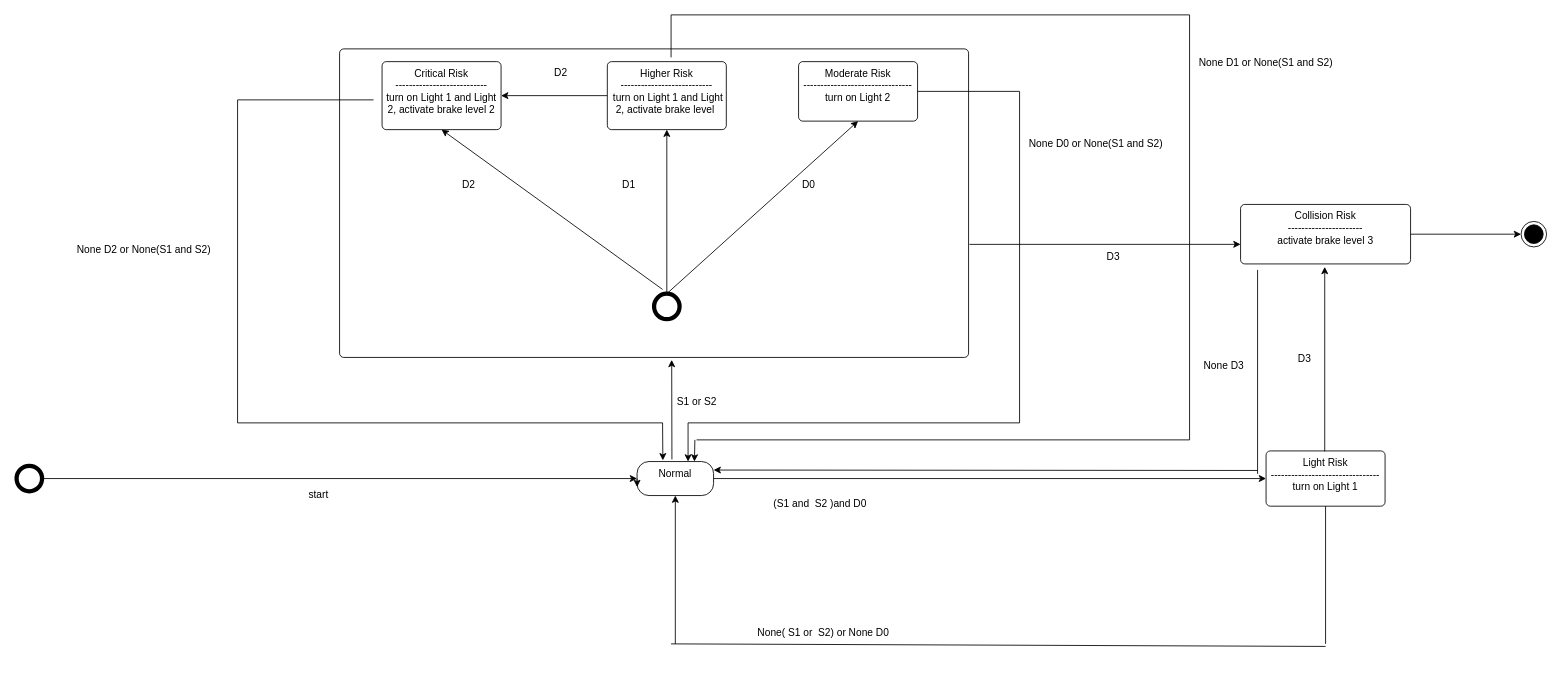
Earlier version of the draw.io diagram addd_statemachine.drawio (XingxingLiao/TEST). Source tidied: cells renumbered, new cells numbered last; positions are measured from the earlier drawing's top-left corner, leaving out a move shared by most shapes. Both pictures are drawn from the tidied source at 85%, with x=0, y=0 at pixel (16, 14).
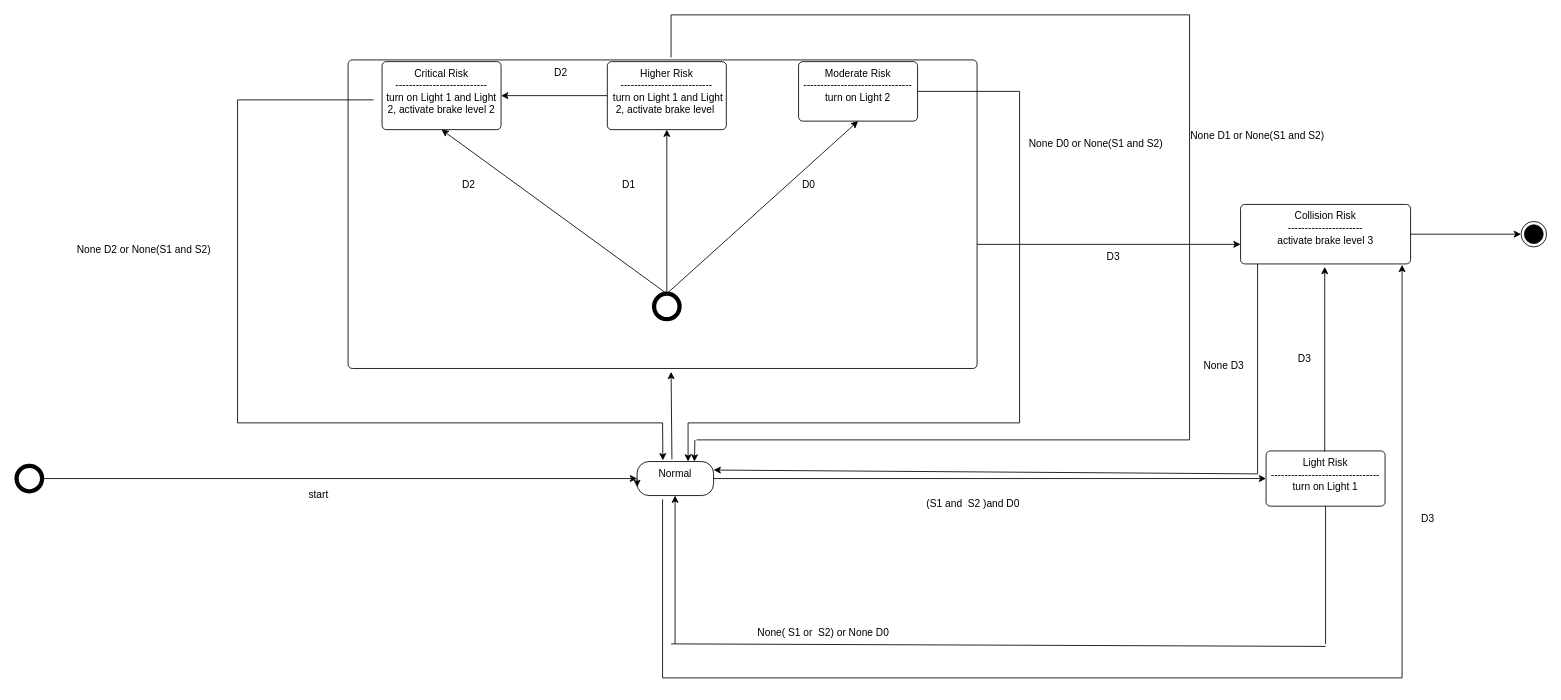
Above is the later version.

The change refers to these unchanged cells:
```xml
<mxCell id="6" value="Normal" style="html=1;align=center;verticalAlign=top;rounded=1;absoluteArcSize=1;arcSize=28;dashed=0;whiteSpace=wrap;" parent="1" vertex="1">
  <mxGeometry x="730" y="525.5" width="90" height="40" as="geometry" />
</mxCell>
<mxCell id="21" value="Critical Risk&lt;div&gt;---------------------------&lt;/div&gt;&lt;div&gt;turn on Light 1 and Light 2, activate brake level 2&lt;/div&gt;" style="html=1;align=center;verticalAlign=top;rounded=1;absoluteArcSize=1;arcSize=10;dashed=0;whiteSpace=wrap;strokeColor=default;fontFamily=Helvetica;fontSize=12;fontColor=default;fillColor=default;" parent="1" vertex="1">
  <mxGeometry x="430" y="55" width="140" height="80" as="geometry" />
</mxCell>
<mxCell id="31" style="shape=ellipse;html=1;dashed=0;whiteSpace=wrap;strokeWidth=5;perimeter=ellipsePerimeter;" parent="1" vertex="1">
  <mxGeometry x="750" y="328" width="30" height="30" as="geometry" />
</mxCell>
```

The edit, as a diff of the source:
```diff
@@
     <mxCell id="7" value="(S1 and&amp;nbsp; S2 )and D0" style="text;html=1;align=center;verticalAlign=middle;strokeColor=none;fillColor=none;fontFamily=Helvetica;fontSize=12;fontColor=default;" parent="1" vertex="1">
-      <mxGeometry x="880" y="560.5" width="130" height="30" as="geometry" />
+      <mxGeometry x="1060" y="560.5" width="130" height="30" as="geometry" />
     </mxCell>
@@
-    <mxCell id="11" style="endArrow=classic;html=1;rounded=0;fontFamily=Helvetica;fontSize=12;fontColor=default;entryX=0.5;entryY=1;entryDx=0;entryDy=0;" parent="1" edge="1" target="6">
+    <mxCell id="11" style="endArrow=classic;html=1;rounded=0;fontFamily=Helvetica;fontSize=12;fontColor=default;entryX=0.5;entryY=1;entryDx=0;entryDy=0;" parent="1" edge="1">
       <mxGeometry relative="1" as="geometry">
-        <mxPoint x="775" y="740" as="sourcePoint" />
+        <mxPoint x="774.7" y="740" as="sourcePoint" />
+        <mxPoint x="774.7" y="565.5" as="targetPoint" />
       </mxGeometry>
     </mxCell>
@@
     <mxCell id="17" style="html=1;align=center;verticalAlign=top;rounded=1;absoluteArcSize=1;arcSize=10;dashed=0;whiteSpace=wrap;strokeColor=default;fontFamily=Helvetica;fontSize=12;fontColor=default;fillColor=default;" parent="1" vertex="1">
-      <mxGeometry x="380" y="40" width="740" height="363" as="geometry" />
+      <mxGeometry x="390" y="53" width="740" height="363" as="geometry" />
     </mxCell>
@@
-    <mxCell id="26" style="endArrow=classic;html=1;rounded=0;fontFamily=Helvetica;fontSize=12;fontColor=default;entryX=0.5;entryY=1;entryDx=0;entryDy=0;" parent="1" edge="1" target="21">
-      <mxGeometry relative="1" as="geometry">
-        <mxPoint x="760" y="323" as="sourcePoint" />
-      </mxGeometry>
+    <mxCell id="26" style="endArrow=classic;html=1;rounded=0;fontFamily=Helvetica;fontSize=12;fontColor=default;entryX=0.5;entryY=1;entryDx=0;entryDy=0;exitX=0.5;exitY=0;exitDx=0;exitDy=0;" parent="1" edge="1" source="31" target="21">
+      <mxGeometry relative="1" as="geometry" />
     </mxCell>
@@
-    <mxCell id="32" style="endArrow=classic;html=1;rounded=0;fontFamily=Helvetica;fontSize=12;fontColor=default;entryX=0.528;entryY=1.008;entryDx=0;entryDy=0;entryPerimeter=0;" parent="1" edge="1" target="17">
+    <mxCell id="32" style="endArrow=classic;html=1;rounded=0;fontFamily=Helvetica;fontSize=12;fontColor=default;" parent="1" edge="1">
       <mxGeometry relative="1" as="geometry">
         <mxPoint x="771" y="523" as="sourcePoint" />
+        <mxPoint x="770" y="420" as="targetPoint" />
       </mxGeometry>
     </mxCell>
-    <mxCell id="33" value="S1 or S2" style="text;html=1;align=center;verticalAlign=middle;points=[];strokeColor=none;fillColor=none;fontFamily=Helvetica;fontSize=12;fontColor=default;" parent="1" vertex="1">
-      <mxGeometry x="765" y="440" width="70" height="30" as="geometry" />
-    </mxCell>
@@
-    <mxCell id="41" style="endArrow=none;html=1;rounded=0;fontFamily=Helvetica;fontSize=12;fontColor=default;exitX=0.357;exitY=1.333;exitDx=0;exitDy=0;exitPerimeter=0;" parent="1" edge="1" source="33">
+    <mxCell id="41" style="endArrow=none;html=1;rounded=0;fontFamily=Helvetica;fontSize=12;fontColor=default;" parent="1" edge="1">
       <mxGeometry relative="1" as="geometry">
+        <mxPoint x="790" y="480" as="sourcePoint" />
         <mxPoint x="1180" y="480" as="targetPoint" />
       </mxGeometry>
     </mxCell>
@@
     <mxCell id="48" style="endArrow=none;html=1;rounded=0;fontFamily=Helvetica;fontSize=12;fontColor=default;" parent="1" edge="1">
       <mxGeometry relative="1" as="geometry">
         <mxPoint x="1460" y="540" as="sourcePoint" />
-        <mxPoint x="1460" y="300" as="targetPoint" />
+        <mxPoint x="1460" y="293" as="targetPoint" />
       </mxGeometry>
     </mxCell>
     <mxCell id="49" style="endArrow=classic;html=1;rounded=0;fontFamily=Helvetica;fontSize=12;fontColor=default;entryX=1;entryY=0.25;entryDx=0;entryDy=0;" parent="1" edge="1" target="6">
       <mxGeometry relative="1" as="geometry">
-        <mxPoint x="1460" y="536" as="sourcePoint" />
+        <mxPoint x="1460" y="540" as="sourcePoint" />
       </mxGeometry>
     </mxCell>
@@
     <mxCell id="51" value="None D1&amp;nbsp;or None(S1 and S2)" style="text;html=1;align=center;verticalAlign=middle;whiteSpace=wrap;rounded=0;fontFamily=Helvetica;fontSize=12;fontColor=default;" parent="1" vertex="1">
-      <mxGeometry x="1370" y="40" width="200" height="33" as="geometry" />
+      <mxGeometry x="1360" y="125" width="200" height="33" as="geometry" />
     </mxCell>
@@
+    <mxCell id="57" style="endArrow=none;html=1;rounded=0;" parent="1" edge="1">
+      <mxGeometry relative="1" as="geometry">
+        <mxPoint x="760" y="780" as="sourcePoint" />
+        <mxPoint x="760" y="570" as="targetPoint" />
+      </mxGeometry>
+    </mxCell>
+    <mxCell id="58" style="endArrow=none;html=1;rounded=0;" parent="1" edge="1">
+      <mxGeometry relative="1" as="geometry">
+        <mxPoint x="760" y="780" as="sourcePoint" />
+        <mxPoint x="1630" y="780" as="targetPoint" />
+      </mxGeometry>
+    </mxCell>
+    <mxCell id="59" style="endArrow=classic;html=1;rounded=0;" parent="1" edge="1">
+      <mxGeometry relative="1" as="geometry">
+        <mxPoint x="1630" y="780" as="sourcePoint" />
+        <mxPoint x="1630" y="294" as="targetPoint" />
+      </mxGeometry>
+    </mxCell>
+    <mxCell id="60" value="D3" style="text;html=1;align=center;verticalAlign=middle;strokeColor=none;fillColor=none;fontFamily=Helvetica;fontSize=12;fontColor=default;" parent="1" vertex="1">
+      <mxGeometry x="1640" y="578" width="40" height="30" as="geometry" />
+    </mxCell>
```
